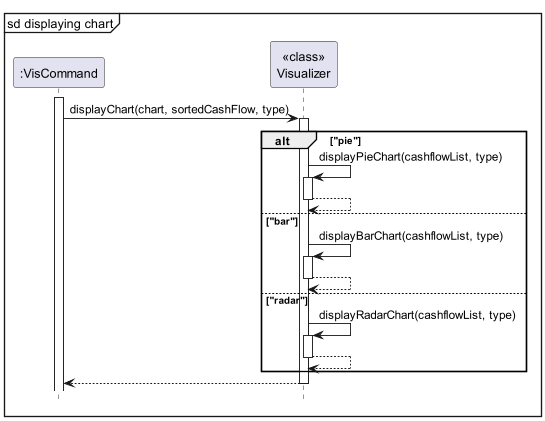
This is docs/images/vis/visualizerSequence.png from nus-cs2113-AY2324S1/tp, a PlantUML export, as it was before one commit.
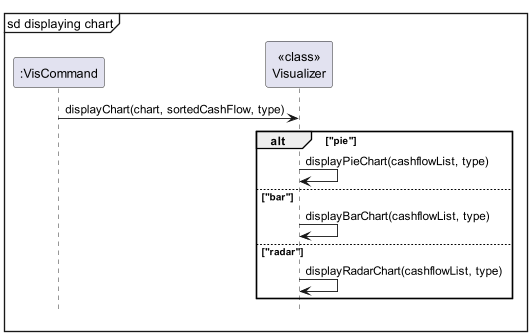
After the commit.

Diff of the diagram source:
```diff
@@ -5,25 +5,15 @@
 participant ":VisCommand"
 participant "<<class>>\nVisualizer"
 
-activate ":VisCommand"
 ":VisCommand"-> "<<class>>\nVisualizer": displayChart(chart, sortedCashFlow, type)
 
-activate "<<class>>\nVisualizer"
 alt "pie"
     "<<class>>\nVisualizer" -> "<<class>>\nVisualizer": displayPieChart(cashflowList, type)
-    activate "<<class>>\nVisualizer"
-    return
 else "bar"
     "<<class>>\nVisualizer" -> "<<class>>\nVisualizer": displayBarChart(cashflowList, type)
-    activate "<<class>>\nVisualizer"
-    return
 else "radar"
     "<<class>>\nVisualizer" -> "<<class>>\nVisualizer": displayRadarChart(cashflowList, type)
-    activate "<<class>>\nVisualizer"
-    return
 end
-return
-
 
 hide footbox
 
```
